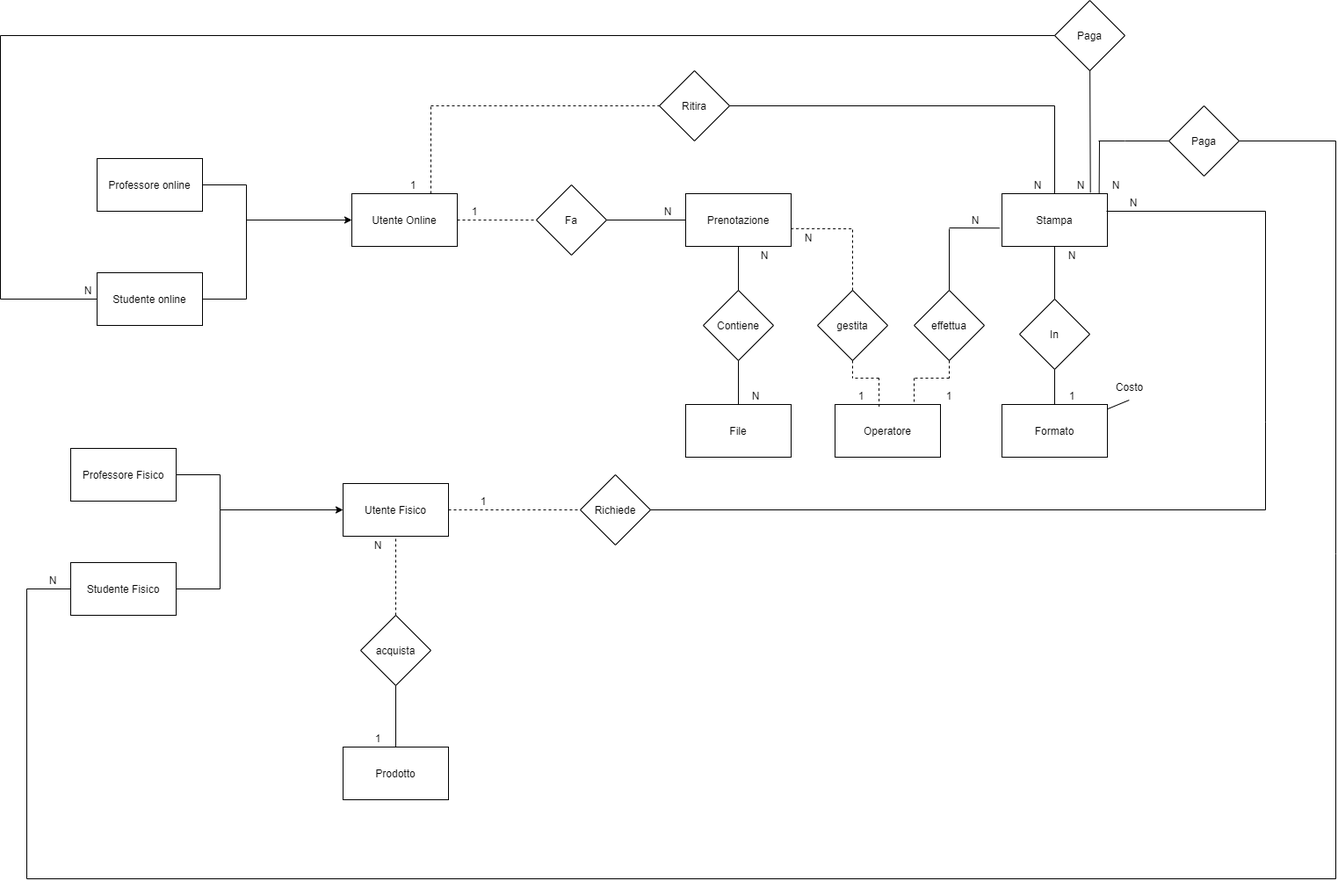
Above: Documentazione/Progettazione/Diagramma ER.png in Depog/ProgettoInformatica (draw.io), before the change. Source tidied: cells renumbered, new cells last; positions are measured from the earlier drawing's top-left corner, leaving out a move shared by most shapes.
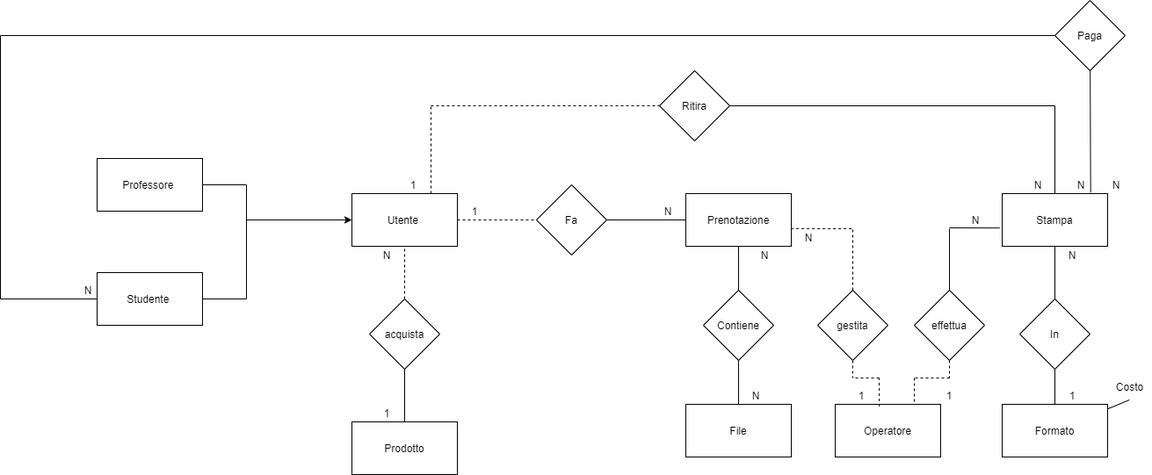
The same diagram one commit later.

Commit message:
Nuovo diagramma er

What changed in the source:
```diff
@@ -117,27 +117,6 @@
     <mxCell id="32" value="1" style="text;html=1;strokeColor=none;fillColor=none;align=center;verticalAlign=middle;whiteSpace=wrap;rounded=0;" parent="1" vertex="1">
       <mxGeometry x="1200" y="440" width="40" height="20" as="geometry" />
     </mxCell>
-    <mxCell id="33" style="endArrow=none;html=1;" parent="1" edge="1">
-      <mxGeometry relative="1" as="geometry">
-        <mxPoint x="1440" y="580" as="sourcePoint" />
-        <mxPoint x="1440" y="480" as="targetPoint" />
-      </mxGeometry>
-    </mxCell>
-    <mxCell id="34" style="endArrow=none;html=1;" parent="1" edge="1">
-      <mxGeometry relative="1" as="geometry">
-        <mxPoint x="1440" y="480" as="sourcePoint" />
-        <mxPoint x="1440" y="240" as="targetPoint" />
-      </mxGeometry>
-    </mxCell>
-    <mxCell id="35" style="endArrow=none;html=1;" parent="1" edge="1">
-      <mxGeometry relative="1" as="geometry">
-        <mxPoint x="1259" y="240" as="sourcePoint" />
-        <mxPoint x="1440" y="240" as="targetPoint" />
-      </mxGeometry>
-    </mxCell>
-    <mxCell id="36" value="N" style="text;html=1;strokeColor=none;fillColor=none;align=center;verticalAlign=middle;whiteSpace=wrap;rounded=0;" parent="1" vertex="1">
-      <mxGeometry x="1270" y="220" width="40" height="20" as="geometry" />
-    </mxCell>
     <mxCell id="37" value="Ritira" style="rhombus;whiteSpace=wrap;html=1;" parent="1" vertex="1">
       <mxGeometry x="750" y="80" width="80" height="80" as="geometry" />
     </mxCell>
@@ -147,7 +126,7 @@
     <mxCell id="39" style="endArrow=none;html=1;entryX=0.496;entryY=1.25;entryDx=0;entryDy=0;entryPerimeter=0;" parent="1" edge="1" source="19" target="38">
       <mxGeometry relative="1" as="geometry" />
     </mxCell>
-    <mxCell id="40" value="Utente Online" style="rounded=0;whiteSpace=wrap;html=1;" parent="1" vertex="1">
+    <mxCell id="40" value="Utente&amp;nbsp;" style="rounded=0;whiteSpace=wrap;html=1;" parent="1" vertex="1">
       <mxGeometry x="400" y="220" width="120" height="60" as="geometry" />
     </mxCell>
     <mxCell id="41" value="Fa" style="rhombus;whiteSpace=wrap;html=1;" parent="1" vertex="1">
@@ -191,45 +170,28 @@
     <mxCell id="51" value="1" style="text;html=1;strokeColor=none;fillColor=none;align=center;verticalAlign=middle;whiteSpace=wrap;rounded=0;" parent="1" vertex="1">
       <mxGeometry x="450" y="200" width="40" height="20" as="geometry" />
     </mxCell>
-    <mxCell id="52" value="Utente Fisico" style="rounded=0;whiteSpace=wrap;html=1;" parent="1" vertex="1">
-      <mxGeometry x="390" y="550" width="120" height="60" as="geometry" />
-    </mxCell>
-    <mxCell id="53" value="Richiede" style="rhombus;whiteSpace=wrap;html=1;" parent="1" vertex="1">
-      <mxGeometry x="660" y="540" width="80" height="80" as="geometry" />
-    </mxCell>
-    <mxCell id="54" style="endArrow=none;dashed=1;html=1;entryX=0;entryY=0.5;entryDx=0;entryDy=0;exitX=1;exitY=0.5;exitDx=0;exitDy=0;" parent="1" edge="1" source="52" target="53">
-      <mxGeometry relative="1" as="geometry" />
-    </mxCell>
-    <mxCell id="55" style="endArrow=none;html=1;entryX=1;entryY=0.5;entryDx=0;entryDy=0;" parent="1" edge="1" target="53">
-      <mxGeometry relative="1" as="geometry">
-        <mxPoint x="1440" y="580" as="sourcePoint" />
-      </mxGeometry>
-    </mxCell>
-    <mxCell id="56" value="1" style="text;html=1;strokeColor=none;fillColor=none;align=center;verticalAlign=middle;whiteSpace=wrap;rounded=0;" parent="1" vertex="1">
-      <mxGeometry x="530" y="560" width="40" height="20" as="geometry" />
-    </mxCell>
     <mxCell id="57" value="acquista" style="rhombus;whiteSpace=wrap;html=1;" parent="1" vertex="1">
-      <mxGeometry x="410" y="700" width="80" height="80" as="geometry" />
+      <mxGeometry x="420" y="340" width="80" height="80" as="geometry" />
     </mxCell>
     <mxCell id="58" value="Prodotto" style="rounded=0;whiteSpace=wrap;html=1;" parent="1" vertex="1">
-      <mxGeometry x="390" y="850" width="120" height="60" as="geometry" />
+      <mxGeometry x="400" y="480" width="120" height="60" as="geometry" />
     </mxCell>
-    <mxCell id="59" style="endArrow=none;dashed=1;html=1;entryX=0.5;entryY=1;entryDx=0;entryDy=0;exitX=0.5;exitY=0;exitDx=0;exitDy=0;" parent="1" edge="1" source="57" target="52">
+    <mxCell id="59" style="endArrow=none;dashed=1;html=1;entryX=0.5;entryY=1;entryDx=0;entryDy=0;exitX=0.5;exitY=0;exitDx=0;exitDy=0;" parent="1" edge="1" source="57" target="40">
       <mxGeometry relative="1" as="geometry" />
     </mxCell>
     <mxCell id="60" style="endArrow=none;html=1;entryX=0.5;entryY=1;entryDx=0;entryDy=0;exitX=0.5;exitY=0;exitDx=0;exitDy=0;" parent="1" edge="1" source="58" target="57">
       <mxGeometry relative="1" as="geometry" />
     </mxCell>
     <mxCell id="61" value="1" style="text;html=1;strokeColor=none;fillColor=none;align=center;verticalAlign=middle;whiteSpace=wrap;rounded=0;" parent="1" vertex="1">
-      <mxGeometry x="410" y="830" width="40" height="20" as="geometry" />
+      <mxGeometry x="420" y="460" width="40" height="20" as="geometry" />
     </mxCell>
     <mxCell id="62" value="N" style="text;html=1;strokeColor=none;fillColor=none;align=center;verticalAlign=middle;whiteSpace=wrap;rounded=0;" parent="1" vertex="1">
-      <mxGeometry x="410" y="610" width="40" height="20" as="geometry" />
+      <mxGeometry x="420" y="280" width="40" height="20" as="geometry" />
     </mxCell>
-    <mxCell id="63" value="Professore online" style="rounded=0;whiteSpace=wrap;html=1;" parent="1" vertex="1">
+    <mxCell id="63" value="Professore&amp;nbsp;" style="rounded=0;whiteSpace=wrap;html=1;" parent="1" vertex="1">
       <mxGeometry x="110" y="180" width="120" height="60" as="geometry" />
     </mxCell>
-    <mxCell id="64" value="Studente online" style="rounded=0;whiteSpace=wrap;html=1;" parent="1" vertex="1">
+    <mxCell id="64" value="Studente&amp;nbsp;" style="rounded=0;whiteSpace=wrap;html=1;" parent="1" vertex="1">
       <mxGeometry x="110" y="310" width="120" height="60" as="geometry" />
     </mxCell>
     <mxCell id="65" value="Paga" style="rhombus;whiteSpace=wrap;html=1;" parent="1" vertex="1">
@@ -275,86 +237,6 @@
         <mxPoint x="280" y="250" as="sourcePoint" />
       </mxGeometry>
     </mxCell>
-    <mxCell id="74" value="Professore Fisico" style="rounded=0;whiteSpace=wrap;html=1;" parent="1" vertex="1">
-      <mxGeometry x="80" y="510" width="120" height="60" as="geometry" />
-    </mxCell>
-    <mxCell id="75" value="Studente Fisico" style="rounded=0;whiteSpace=wrap;html=1;" parent="1" vertex="1">
-      <mxGeometry x="80" y="640" width="120" height="60" as="geometry" />
-    </mxCell>
-    <mxCell id="76" style="endArrow=none;html=1;entryX=1;entryY=0.5;entryDx=0;entryDy=0;" parent="1" edge="1" target="74">
-      <mxGeometry relative="1" as="geometry">
-        <mxPoint x="250" y="540" as="sourcePoint" />
-      </mxGeometry>
-    </mxCell>
-    <mxCell id="77" style="endArrow=none;html=1;" parent="1" edge="1">
-      <mxGeometry relative="1" as="geometry">
-        <mxPoint x="250" y="670" as="sourcePoint" />
-        <mxPoint x="250" y="540" as="targetPoint" />
-      </mxGeometry>
-    </mxCell>
-    <mxCell id="78" style="endArrow=none;html=1;exitX=1;exitY=0.5;exitDx=0;exitDy=0;" parent="1" edge="1" source="75">
-      <mxGeometry relative="1" as="geometry">
-        <mxPoint x="250" y="670" as="targetPoint" />
-      </mxGeometry>
-    </mxCell>
-    <mxCell id="79" style="endArrow=classic;html=1;entryX=0;entryY=0.5;entryDx=0;entryDy=0;" parent="1" edge="1" target="52">
-      <mxGeometry relative="1" as="geometry">
-        <mxPoint x="250" y="580" as="sourcePoint" />
-      </mxGeometry>
-    </mxCell>
-    <mxCell id="80" style="endArrow=none;html=1;entryX=0;entryY=0.5;entryDx=0;entryDy=0;" parent="1" edge="1" target="75">
-      <mxGeometry relative="1" as="geometry">
-        <mxPoint x="30" y="670" as="sourcePoint" />
-      </mxGeometry>
-    </mxCell>
-    <mxCell id="81" style="endArrow=none;html=1;" parent="1" edge="1">
-      <mxGeometry relative="1" as="geometry">
-        <mxPoint x="30" y="1000" as="sourcePoint" />
-        <mxPoint x="30" y="670" as="targetPoint" />
-      </mxGeometry>
-    </mxCell>
-    <mxCell id="82" style="endArrow=none;html=1;" parent="1" edge="1">
-      <mxGeometry relative="1" as="geometry">
-        <mxPoint x="30" y="1000" as="sourcePoint" />
-        <mxPoint x="1520" y="1000" as="targetPoint" />
-      </mxGeometry>
-    </mxCell>
-    <mxCell id="83" style="endArrow=none;html=1;" parent="1" edge="1">
-      <mxGeometry relative="1" as="geometry">
-        <mxPoint x="1520" y="1000" as="sourcePoint" />
-        <mxPoint x="1520" y="630" as="targetPoint" />
-      </mxGeometry>
-    </mxCell>
-    <mxCell id="84" style="endArrow=none;html=1;" parent="1" edge="1">
-      <mxGeometry relative="1" as="geometry">
-        <mxPoint x="1520" y="160" as="sourcePoint" />
-        <mxPoint x="1520" y="630" as="targetPoint" />
-      </mxGeometry>
-    </mxCell>
-    <mxCell id="85" value="Paga" style="rhombus;whiteSpace=wrap;html=1;" parent="1" vertex="1">
-      <mxGeometry x="1330" y="120" width="80" height="80" as="geometry" />
-    </mxCell>
-    <mxCell id="86" style="endArrow=none;html=1;exitX=1;exitY=0.5;exitDx=0;exitDy=0;" parent="1" edge="1" source="85">
-      <mxGeometry relative="1" as="geometry">
-        <mxPoint x="1520" y="160" as="targetPoint" />
-      </mxGeometry>
-    </mxCell>
-    <mxCell id="87" style="endArrow=none;html=1;entryX=0;entryY=0.5;entryDx=0;entryDy=0;" parent="1" edge="1" target="85">
-      <mxGeometry relative="1" as="geometry">
-        <mxPoint x="1280" y="160" as="sourcePoint" />
-      </mxGeometry>
-    </mxCell>
-    <mxCell id="88" style="endArrow=none;html=1;" parent="1" edge="1">
-      <mxGeometry relative="1" as="geometry">
-        <mxPoint x="1250" y="160" as="sourcePoint" />
-        <mxPoint x="1280" y="160" as="targetPoint" />
-      </mxGeometry>
-    </mxCell>
-    <mxCell id="89" style="endArrow=none;html=1;exitX=0.922;exitY=-0.004;exitDx=0;exitDy=0;exitPerimeter=0;" parent="1" edge="1" source="21">
-      <mxGeometry relative="1" as="geometry">
-        <mxPoint x="1251" y="160" as="targetPoint" />
-      </mxGeometry>
-    </mxCell>
     <mxCell id="90" value="N" style="text;html=1;strokeColor=none;fillColor=none;align=center;verticalAlign=middle;whiteSpace=wrap;rounded=0;" parent="1" vertex="1">
       <mxGeometry x="1210" y="200" width="40" height="20" as="geometry" />
     </mxCell>
@@ -364,8 +246,5 @@
     <mxCell id="92" value="N" style="text;html=1;strokeColor=none;fillColor=none;align=center;verticalAlign=middle;whiteSpace=wrap;rounded=0;" parent="1" vertex="1">
       <mxGeometry x="1250" y="200" width="40" height="20" as="geometry" />
     </mxCell>
-    <mxCell id="93" value="N" style="text;html=1;strokeColor=none;fillColor=none;align=center;verticalAlign=middle;whiteSpace=wrap;rounded=0;" parent="1" vertex="1">
-      <mxGeometry x="40" y="650" width="40" height="20" as="geometry" />
-    </mxCell>
   </root>
 </mxGraphModel>
```
